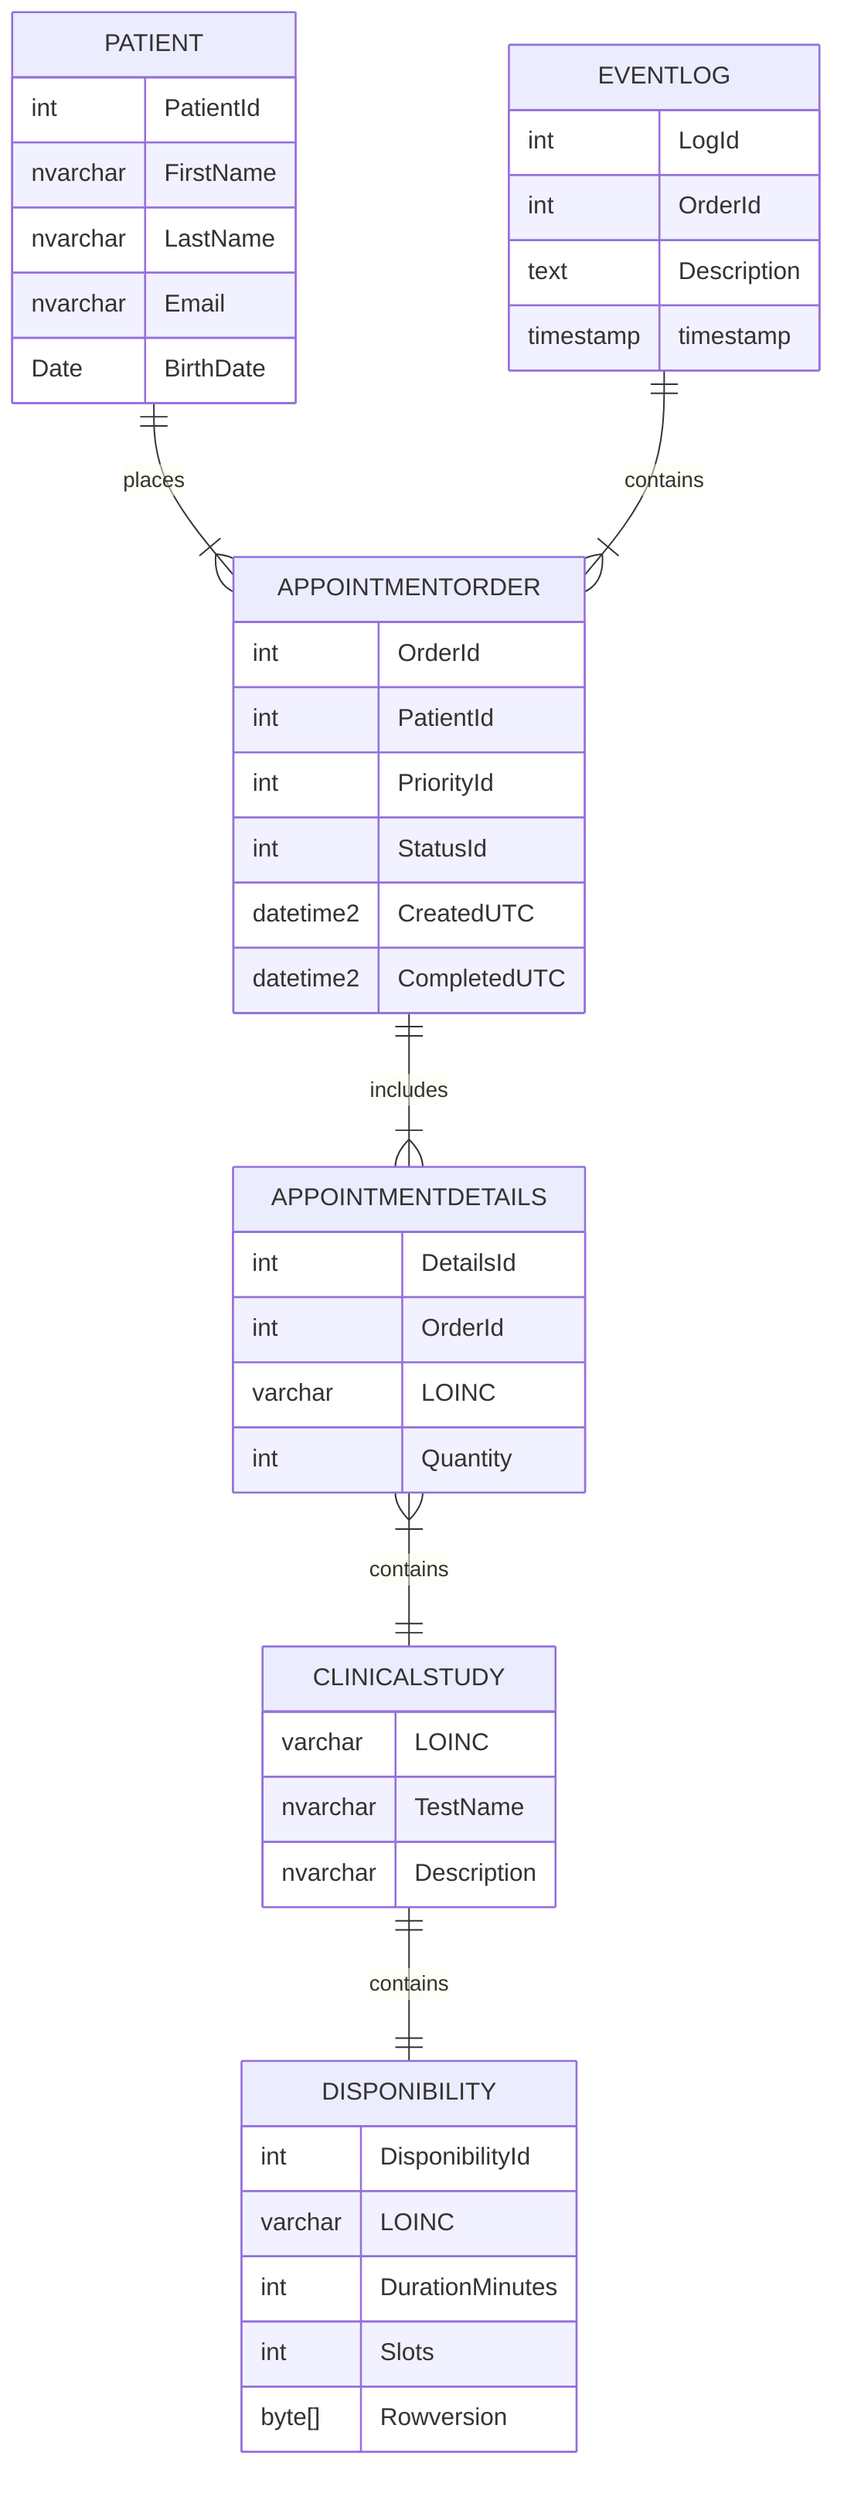
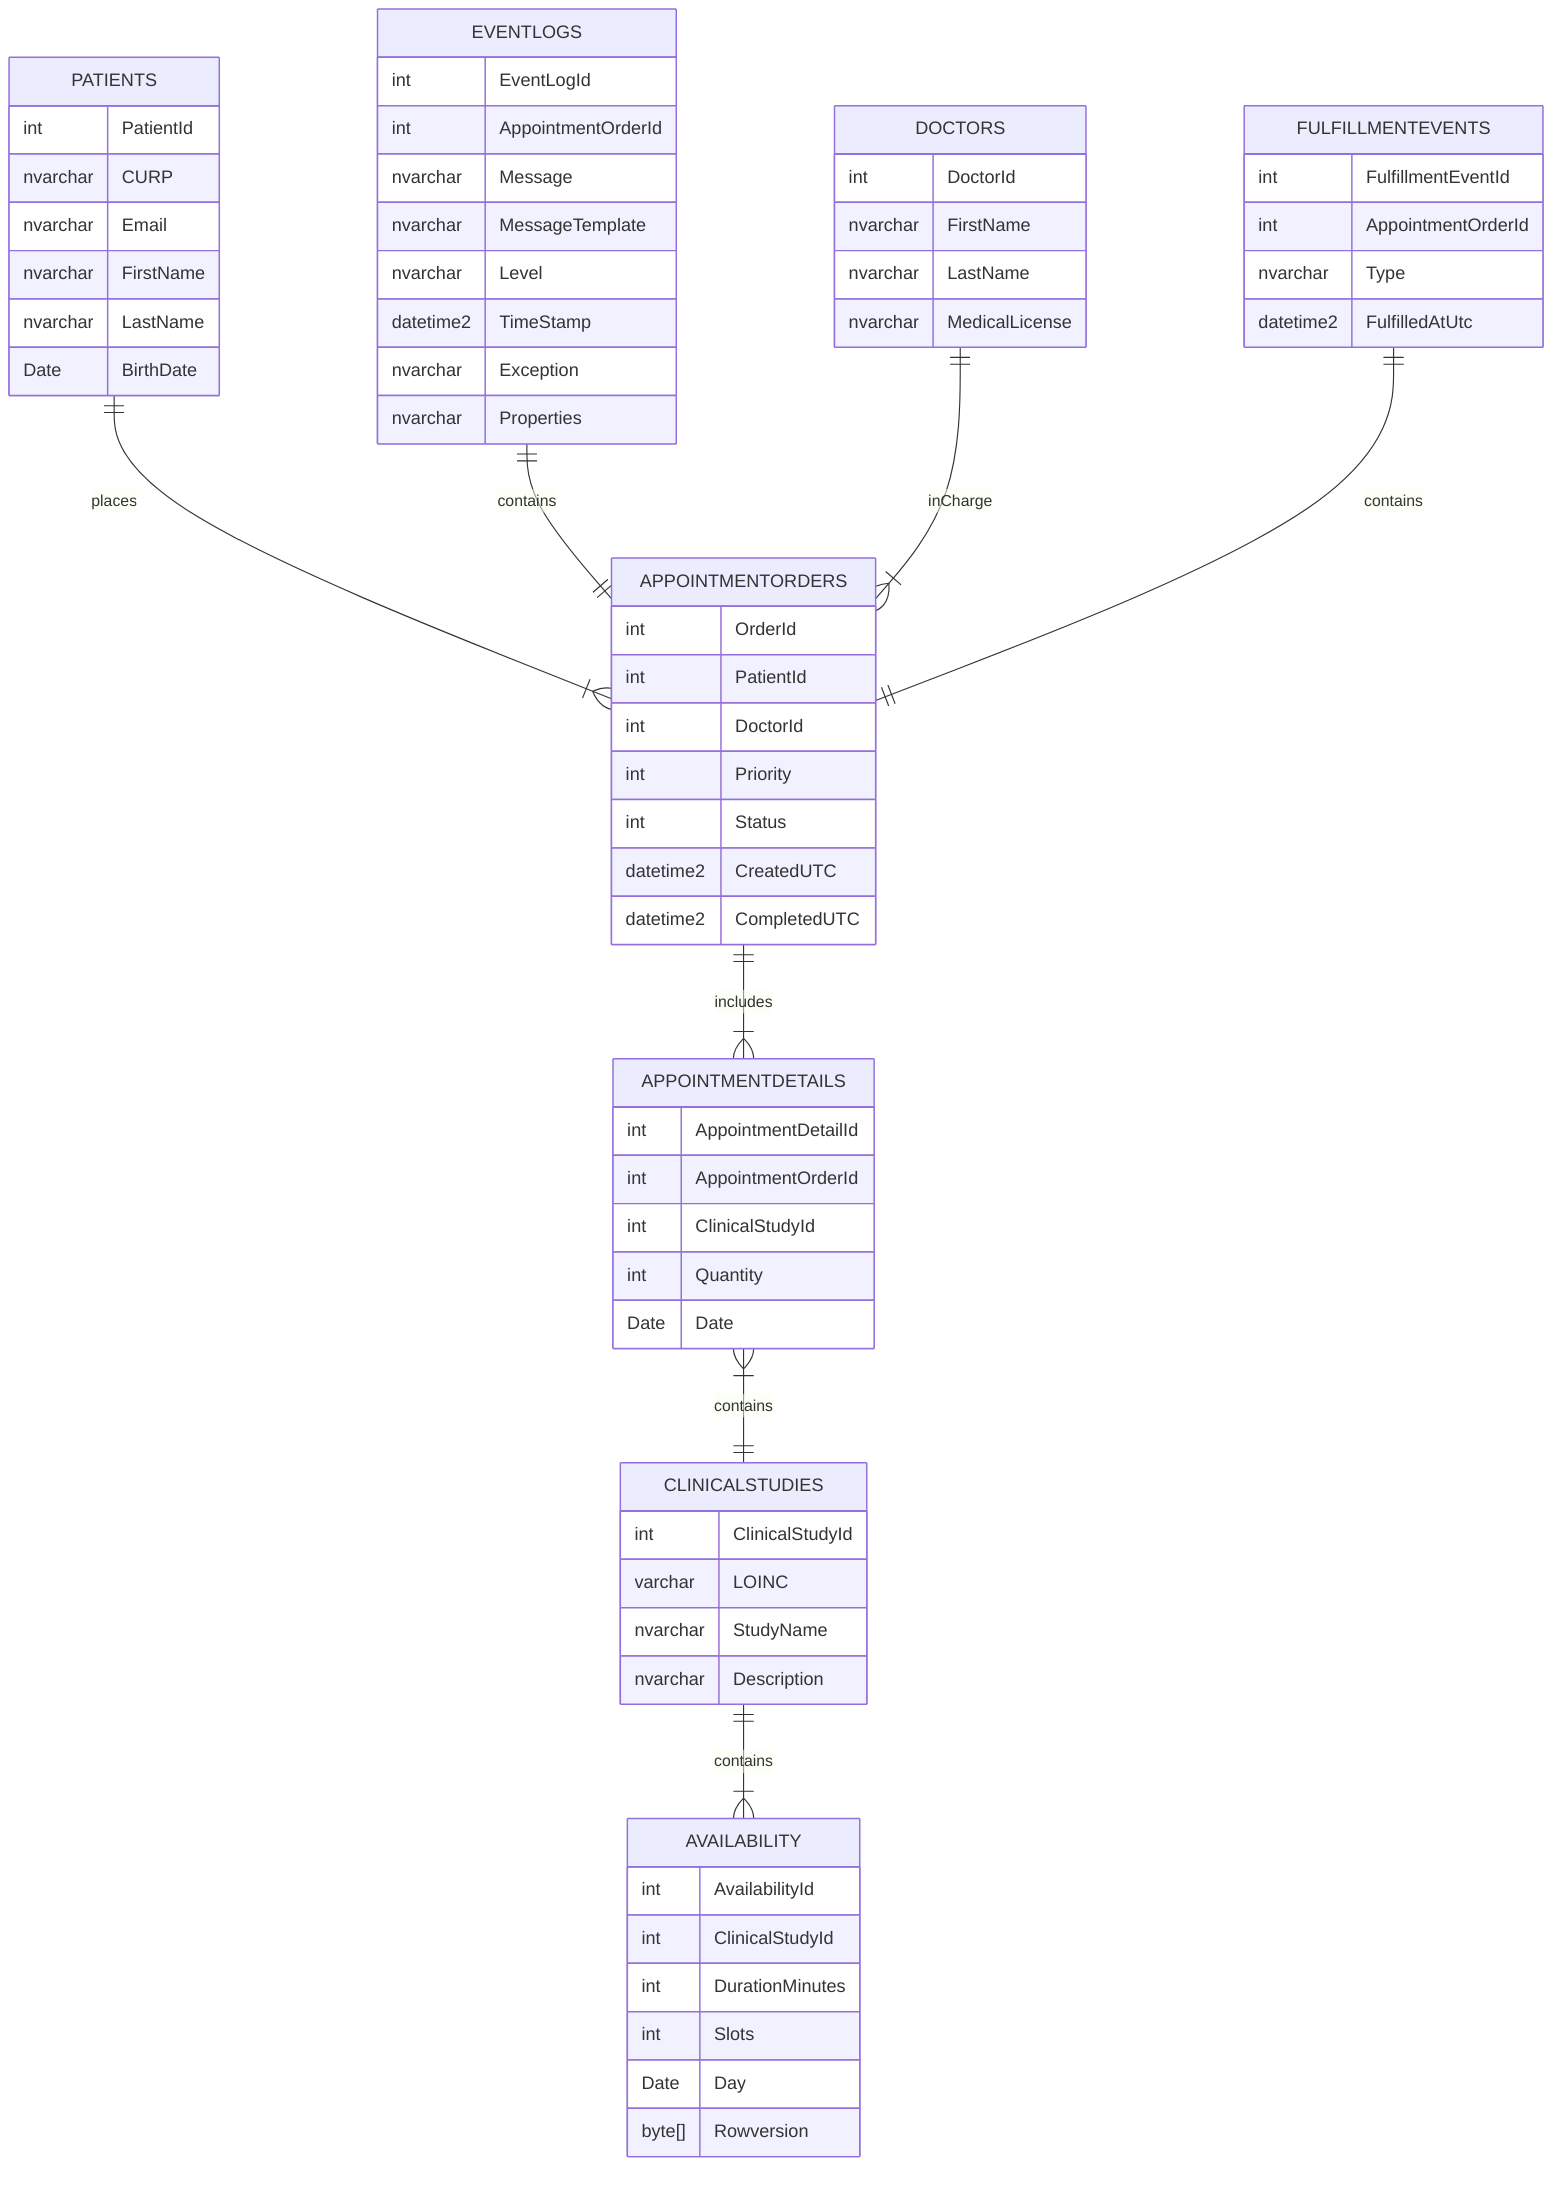
erDiagram
-     PATIENT ||--|{ APPOINTMENTORDER : places
-     CLINICALSTUDY ||--|| DISPONIBILITY : contains
-     APPOINTMENTDETAILS }|--|| CLINICALSTUDY : contains
-     APPOINTMENTORDER ||--|{ APPOINTMENTDETAILS : includes
-     EVENTLOG ||--|{ APPOINTMENTORDER : contains
-     PATIENT {
+     PATIENTS ||--|{ APPOINTMENTORDERS : places
+     CLINICALSTUDIES ||--|{ AVAILABILITY : contains
+     APPOINTMENTDETAILS }|--|| CLINICALSTUDIES : contains
+     APPOINTMENTORDERS ||--|{ APPOINTMENTDETAILS : includes
+     EVENTLOGS ||--|| APPOINTMENTORDERS : contains
+     DOCTORS ||--|{ APPOINTMENTORDERS : inCharge
+     FULFILLMENTEVENTS ||--|| APPOINTMENTORDERS : contains
+     PATIENTS {
        int PatientId
+         nvarchar CURP
+         nvarchar Email
        nvarchar FirstName
        nvarchar LastName
-         nvarchar Email
        Date BirthDate
    }
-     CLINICALSTUDY {
+     DOCTORS{
+         int DoctorId
+         nvarchar FirstName
+         nvarchar LastName
+         nvarchar MedicalLicense
+     }
+     CLINICALSTUDIES {
+         int ClinicalStudyId
        varchar LOINC
-         nvarchar TestName
+         nvarchar StudyName
        nvarchar Description
    }
-     DISPONIBILITY {
-         int DisponibilityId
-         varchar LOINC
+     AVAILABILITY {
+         int AvailabilityId
+         int ClinicalStudyId
        int DurationMinutes
        int Slots
+         Date Day
        byte[] Rowversion
    }
-     APPOINTMENTORDER {
+     APPOINTMENTORDERS {
        int OrderId
        int PatientId
-         int PriorityId
-         int StatusId
+         int DoctorId
+         int Priority
+         int Status
        datetime2 CreatedUTC
        datetime2 CompletedUTC
    }
    APPOINTMENTDETAILS {
-         int DetailsId
-         int OrderId
-         varchar LOINC
+         int AppointmentDetailId
+         int AppointmentOrderId
+         int ClinicalStudyId
        int Quantity
+         Date Date
    }
-     EVENTLOG {
-         int LogId
-         int OrderId
-         text Description
-         timestamp timestamp
+     FULFILLMENTEVENTS{
+         int FulfillmentEventId
+         int AppointmentOrderId
+         nvarchar Type
+         datetime2 FulfilledAtUtc
+     }
+     EVENTLOGS {
+         int EventLogId
+         int AppointmentOrderId
+         nvarchar Message
+         nvarchar MessageTemplate
+         nvarchar Level
+         datetime2 TimeStamp
+         nvarchar Exception
+         nvarchar Properties
    }